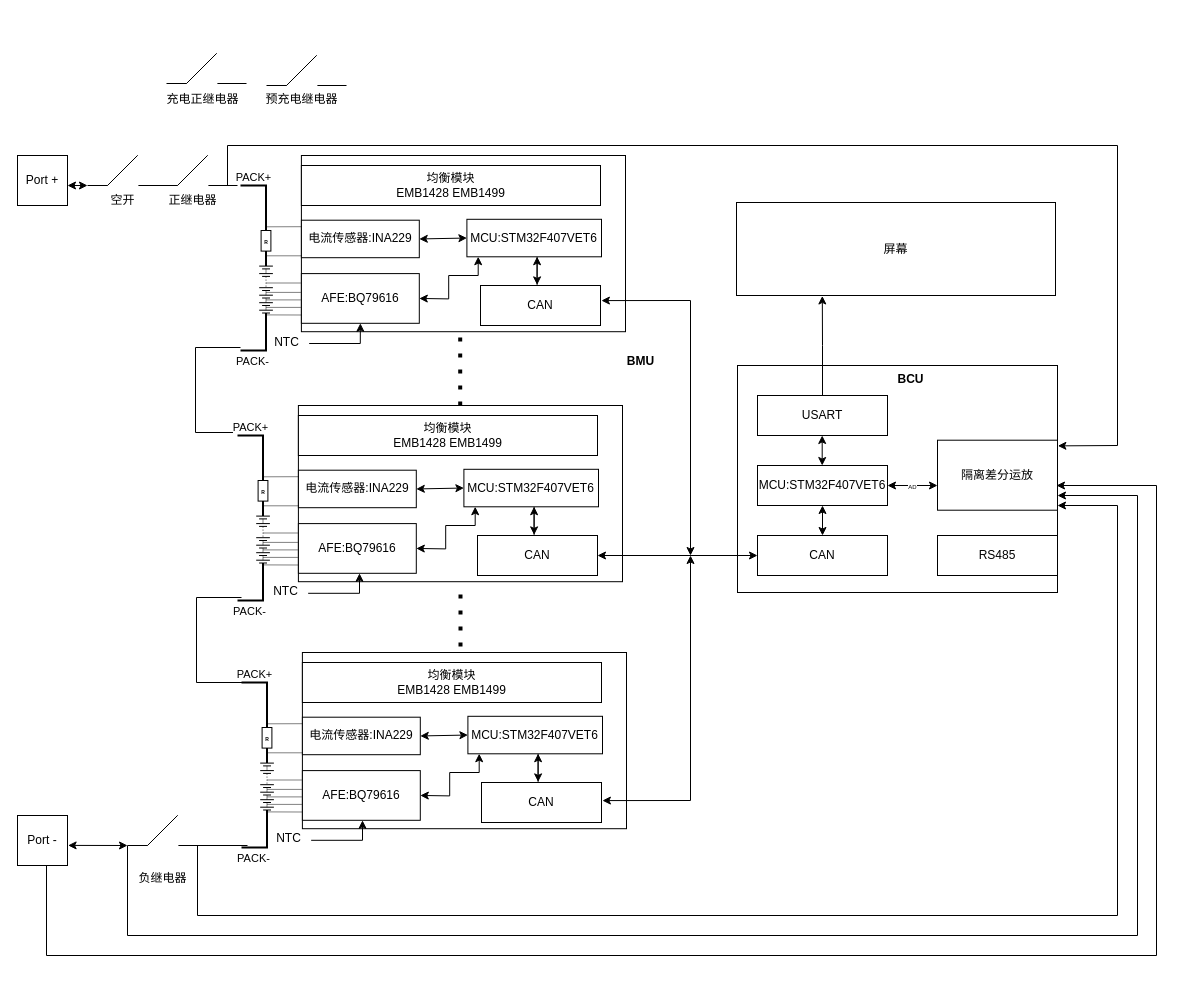
Before: 第二版.drawio in HatSir/QilinCtrl, a draw.io diagram. Source tidied: cells renumbered, new cells numbered last; positions are measured from the earlier drawing's top-left corner, leaving out a move shared by most shapes. Both pictures are drawn from the tidied source at 100%, with x=0, y=0 at pixel (17, 53).
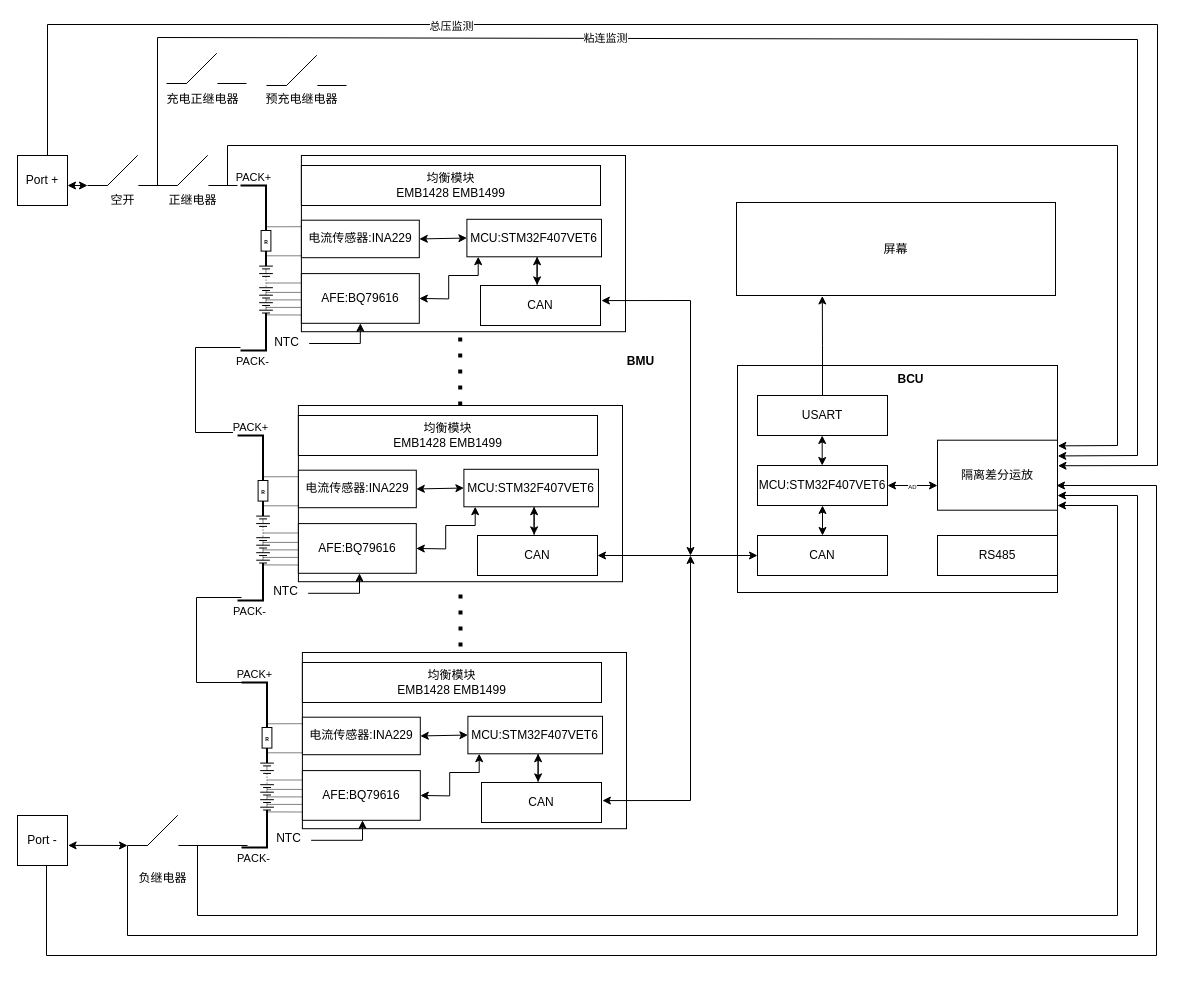
The same diagram, later.

Commit message:
更新第二版.drawio

Unchanged cells that the change refers to:
```xml
<mxCell id="41" value="隔离差分运放" style="rounded=0;whiteSpace=wrap;html=1;" parent="1" vertex="1">
  <mxGeometry x="920" y="386.7" width="120" height="70" as="geometry" />
</mxCell>
```

What changed in the source:
```diff
@@
+    <mxCell id="191" style="endArrow=classic;html=1;rounded=0;entryX=1.002;entryY=0.225;entryDx=0;entryDy=0;entryPerimeter=0;" parent="1" edge="1" target="41">
+      <mxGeometry relative="1" as="geometry">
+        <mxPoint x="140" y="132" as="sourcePoint" />
+        <Array as="points">
+          <mxPoint x="140" y="-16" />
+          <mxPoint x="1120" y="-14" />
+          <mxPoint x="1120" y="402" />
+        </Array>
+      </mxGeometry>
+    </mxCell>
+    <mxCell id="192" value="粘连监测" style="edgeLabel;html=1;align=center;verticalAlign=middle;" parent="191" vertex="1">
+      <mxGeometry x="-0.4" y="-1" relative="1" as="geometry">
+        <mxPoint x="109" y="-1" as="offset" />
+      </mxGeometry>
+    </mxCell>
@@
+    <mxCell id="193" style="endArrow=classic;html=1;rounded=0;entryX=1.004;entryY=0.365;entryDx=0;entryDy=0;entryPerimeter=0;" parent="1" edge="1" target="41">
+      <mxGeometry relative="1" as="geometry">
+        <mxPoint x="30" y="102" as="sourcePoint" />
+        <Array as="points">
+          <mxPoint x="30" y="-29" />
+          <mxPoint x="1140" y="-29" />
+          <mxPoint x="1140" y="412" />
+        </Array>
+      </mxGeometry>
+    </mxCell>
+    <mxCell id="194" value="总压监测" style="edgeLabel;html=1;align=center;verticalAlign=middle;" parent="193" vertex="1">
+      <mxGeometry x="-0.4" y="-1" relative="1" as="geometry" />
+    </mxCell>
```
